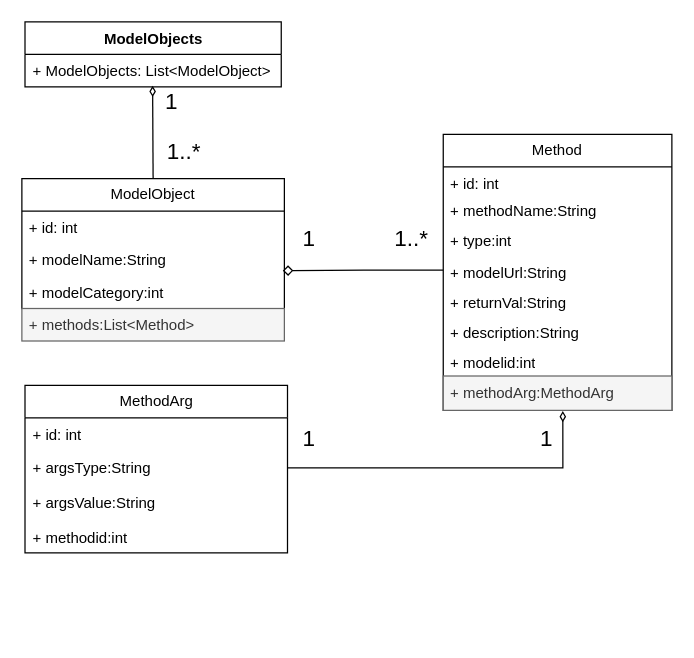
Before: page "第 1 页" (1 of 2) of tree.drawio in liujing-maker/IDEA, a draw.io diagram. Source tidied: cells renumbered, new cells numbered last; positions are measured from the earlier drawing's top-left corner, leaving out a move shared by most shapes. Both pictures are drawn from the tidied source at 125%, with x=0, y=0 at pixel (21, 21).
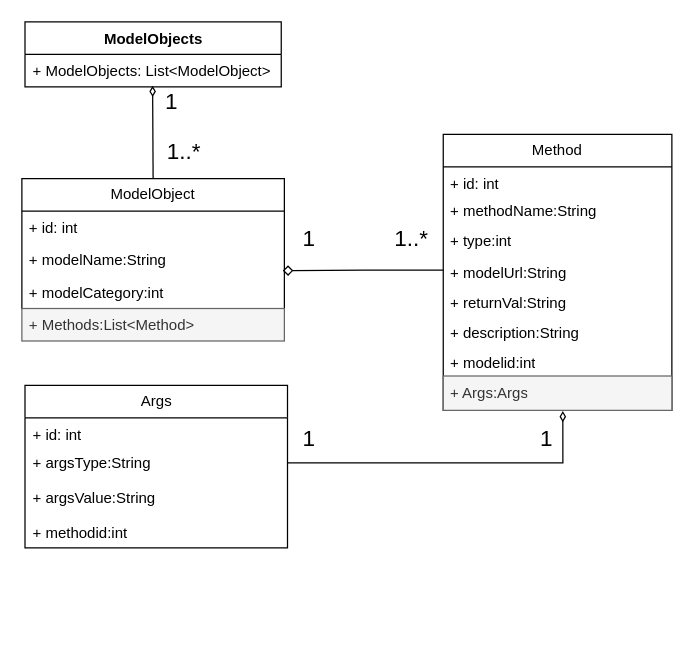
After the change.

Unchanged cells that the change refers to:
```xml
<mxCell id="2" style="group;" parent="1" vertex="1">
  <mxGeometry y="125.3" width="210" height="150" as="geometry" />
</mxCell>
<mxCell id="9" value="Method" style="swimlane;fontStyle=0;horizontal=1;startSize=26;fillColor=none;whiteSpace=wrap;html=1;" parent="8" vertex="1">
  <mxGeometry x="17.1" width="182.9" height="220.8" as="geometry" />
</mxCell>
<mxCell id="18" style="group;" parent="1" vertex="1">
  <mxGeometry x="2.5" y="290.7" width="210" height="200" as="geometry" />
</mxCell>
```

Diff of the diagram source:
```diff
@@
-    <mxCell id="7" value="+ methods:List&amp;lt;Method&amp;gt;" style="text;strokeColor=#666666;fillColor=#f5f5f5;align=left;verticalAlign=top;spacingLeft=4;spacingRight=4;overflow=hidden;whiteSpace=wrap;html=1;fontColor=#333333;" parent="2" vertex="1">
+    <mxCell id="7" value="+ Methods:List&amp;lt;Method&amp;gt;" style="text;strokeColor=#666666;fillColor=#f5f5f5;align=left;verticalAlign=top;spacingLeft=4;spacingRight=4;overflow=hidden;whiteSpace=wrap;html=1;fontColor=#333333;" parent="2" vertex="1">
       <mxGeometry y="104" width="210" height="26" as="geometry" />
     </mxCell>
@@
-    <mxCell id="17" value="+ methodArg:MethodArg" style="text;strokeColor=#666666;fillColor=#f5f5f5;align=left;verticalAlign=top;spacingLeft=4;spacingRight=4;overflow=hidden;points=[[0,0.5],[1,0.5]];portConstraint=eastwest;whiteSpace=wrap;html=1;fontColor=#333333;" parent="9" vertex="1">
+    <mxCell id="17" value="+ Args:Args" style="text;strokeColor=#666666;fillColor=#f5f5f5;align=left;verticalAlign=top;spacingLeft=4;spacingRight=4;overflow=hidden;points=[[0,0.5],[1,0.5]];portConstraint=eastwest;whiteSpace=wrap;html=1;fontColor=#333333;" parent="9" vertex="1">
       <mxGeometry y="193.3" width="182.9" height="27.5" as="geometry" />
     </mxCell>
@@
-    <mxCell id="19" value="MethodArg" style="swimlane;fontStyle=0;horizontal=1;startSize=26;fillColor=none;whiteSpace=wrap;html=1;" parent="18" vertex="1">
-      <mxGeometry width="210" height="134" as="geometry" />
+    <mxCell id="19" value="Args" style="swimlane;fontStyle=0;horizontal=1;startSize=26;fillColor=none;whiteSpace=wrap;html=1;" parent="18" vertex="1">
+      <mxGeometry width="210" height="130" as="geometry" />
     </mxCell>
     <mxCell id="20" value="+ id: int" style="text;strokeColor=none;fillColor=none;align=left;verticalAlign=top;spacingLeft=4;spacingRight=4;overflow=hidden;whiteSpace=wrap;html=1;" parent="19" vertex="1">
-      <mxGeometry y="26" width="210" height="26" as="geometry" />
+      <mxGeometry y="26" width="210" height="22" as="geometry" />
     </mxCell>
     <mxCell id="21" value="+ argsType:String" style="text;strokeColor=none;fillColor=none;align=left;verticalAlign=top;spacingLeft=4;spacingRight=4;overflow=hidden;points=[[0,0.5],[1,0.5]];portConstraint=eastwest;whiteSpace=wrap;html=1;" parent="19" vertex="1">
-      <mxGeometry y="52" width="210" height="28" as="geometry" />
+      <mxGeometry y="48" width="210" height="28" as="geometry" />
     </mxCell>
     <mxCell id="22" value="+ argsValue:String" style="text;strokeColor=none;fillColor=none;align=left;verticalAlign=top;spacingLeft=4;spacingRight=4;overflow=hidden;whiteSpace=wrap;html=1;" parent="19" vertex="1">
-      <mxGeometry y="80" width="210" height="28" as="geometry" />
+      <mxGeometry y="76" width="210" height="28" as="geometry" />
     </mxCell>
     <mxCell id="23" value="+ methodid:int" style="text;strokeColor=none;fillColor=none;align=left;verticalAlign=top;spacingLeft=4;spacingRight=4;overflow=hidden;whiteSpace=wrap;html=1;" parent="19" vertex="1">
-      <mxGeometry y="108" width="210" height="26" as="geometry" />
+      <mxGeometry y="104" width="210" height="26" as="geometry" />
     </mxCell>
```
